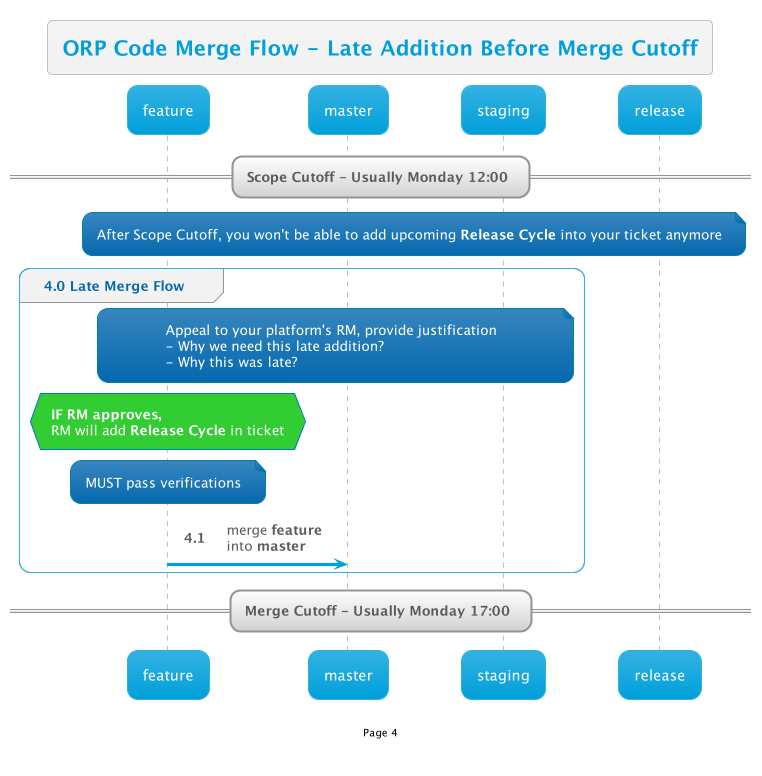
This is out/RegularRelease/CodeMergeFlow/4/4.png from thetomitomo/diagrams, a PlantUML export, as it was before one commit. The source it was exported from:
```plantuml
@startuml
!$AutonumStart = 4
!include __init__

title ORP Code Merge Flow - Late Addition Before Merge Cutoff

== Scope Cutoff - Usually Monday 12:00 ==

note over feature, release : After Scope Cutoff, you won't be able to add upcoming <b>Release Cycle</b> into your ticket anymore

group 4.0 Late Merge Flow
    note over feature, staging : $late_justification
    hnote over feature #LimeGreen: $if_RM_approves

    note over feature: MUST pass verifications

    feature -> master: merge <b>feature</b>\ninto <b>master</b>
end

== Merge Cutoff - Usually Monday 17:00 ==
@enduml
```
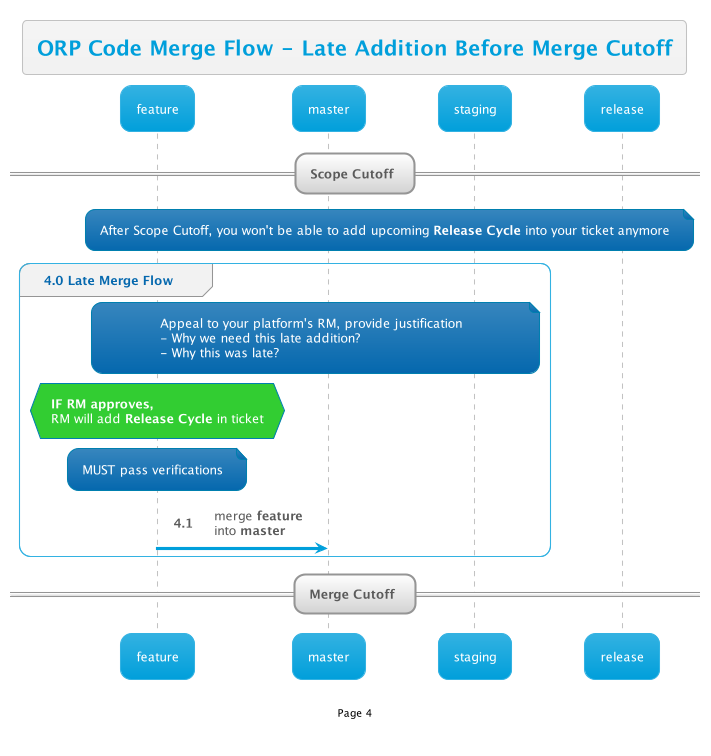
The same file after the commit.

The edit, as a diff of the source:
```diff
@@ -4,7 +4,7 @@
 
 title ORP Code Merge Flow - Late Addition Before Merge Cutoff
 
-== Scope Cutoff - Usually Monday 12:00 ==
+== Scope Cutoff ==
 
 note over feature, release : After Scope Cutoff, you won't be able to add upcoming <b>Release Cycle</b> into your ticket anymore
 
@@ -17,5 +17,5 @@
     feature -> master: merge <b>feature</b>\ninto <b>master</b>
 end
 
-== Merge Cutoff - Usually Monday 17:00 ==
+== Merge Cutoff ==
 @enduml
```
